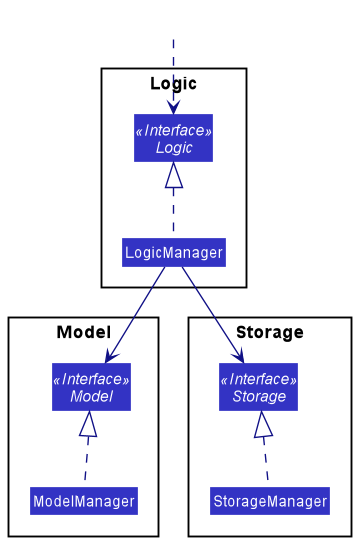
Before: docs/images/dg/architecture/ComponentManagers.png, a diagram exported from PlantUML (nus-cs2103-AY2122S1/tp). Source of this version:
```plantuml
@startuml
!include style.puml
skinparam arrowThickness 1.1
skinparam arrowColor LOGIC_COLOR_T4
skinparam classBackgroundColor LOGIC_COLOR

package Logic {
Interface Logic <<Interface>>
Class LogicManager
}

package Model{
Interface Model <<Interface>>
Class ModelManager
}

package Storage{
Interface Storage <<Interface>>
Class StorageManager
}

Class HiddenOutside #FFFFFF
HiddenOutside ..> Logic

LogicManager .up.|> Logic
ModelManager .up.|> Model
StorageManager .up.|> Storage

LogicManager --> Model
LogicManager --> Storage
@enduml
```
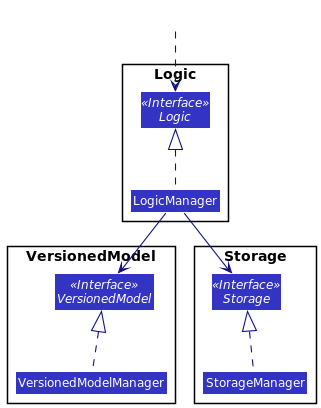
Later version of the same file.

Commit message:
Update DeveloperGuide Model -> VersionedModel in all diagram

Diff of the diagram source:
```diff
@@ -1,5 +1,5 @@
 @startuml
-!include style.puml
+!include ../style.puml
 skinparam arrowThickness 1.1
 skinparam arrowColor LOGIC_COLOR_T4
 skinparam classBackgroundColor LOGIC_COLOR
@@ -9,9 +9,9 @@
 Class LogicManager
 }
 
-package Model{
-Interface Model <<Interface>>
-Class ModelManager
+package VersionedModel{
+Interface VersionedModel <<Interface>>
+Class VersionedModelManager
 }
 
 package Storage{
@@ -23,9 +23,9 @@
 HiddenOutside ..> Logic
 
 LogicManager .up.|> Logic
-ModelManager .up.|> Model
+VersionedModelManager .up.|> VersionedModel
 StorageManager .up.|> Storage
 
-LogicManager --> Model
+LogicManager --> VersionedModel
 LogicManager --> Storage
 @enduml
```
